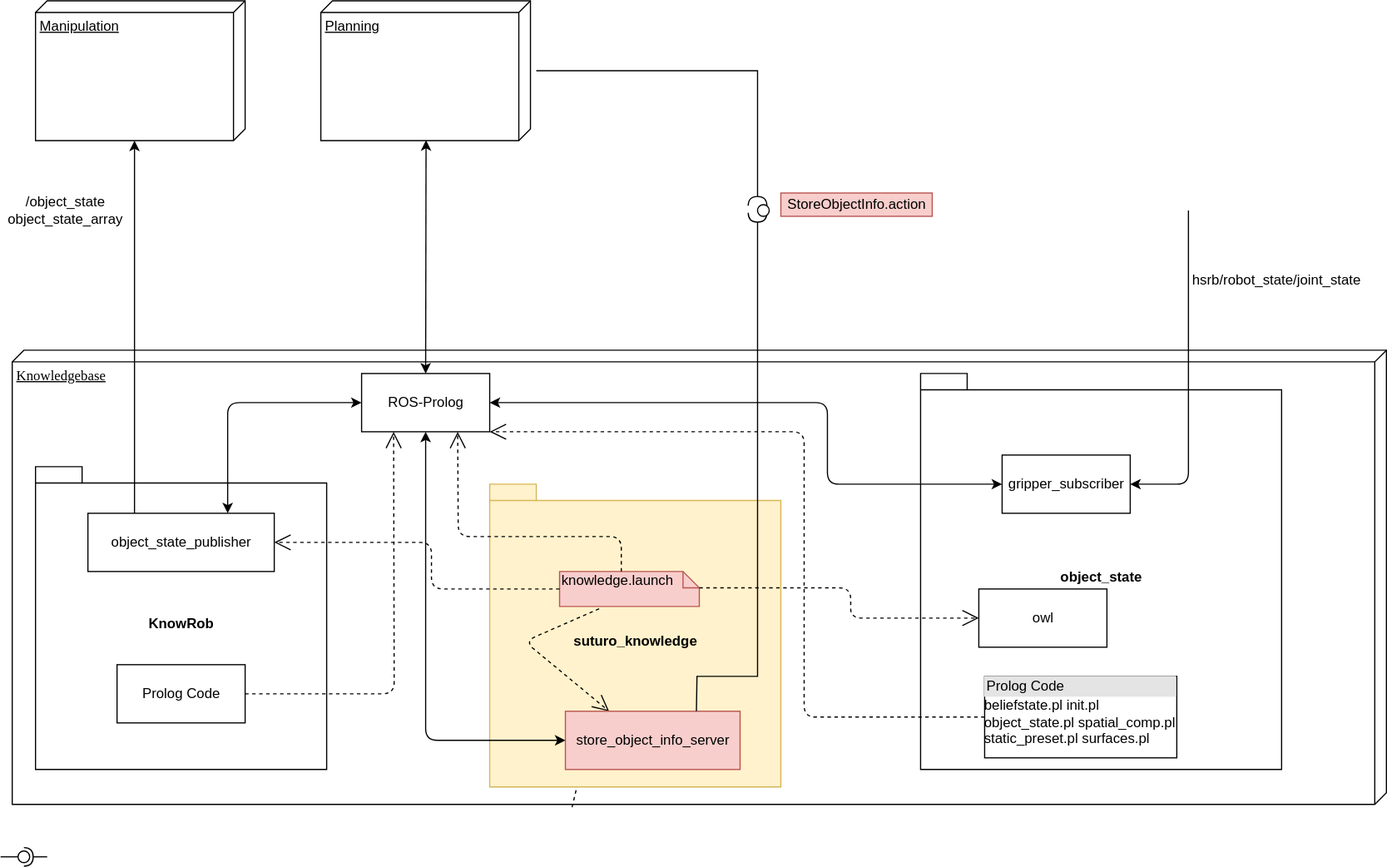
SUTURO/suturo_resources keeps this draw.io diagram as architecture/knowledge_architecture/knowledge.svg. Above is the earlier version. Source tidied: cells renumbered, new cells last; positions are measured from the earlier drawing's top-left corner, leaving out a move shared by most shapes.
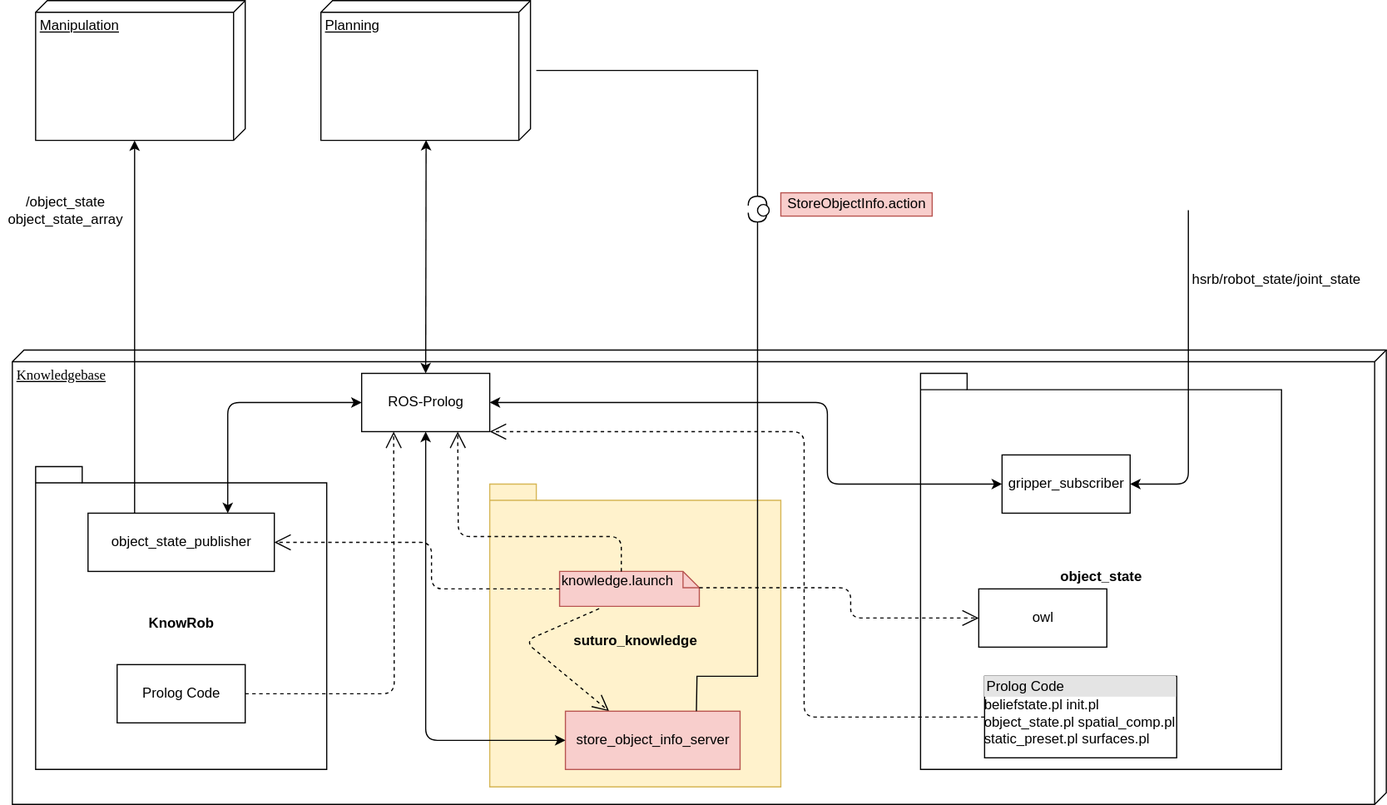
Above is the later version.

Commit message:
remove unused arrows

Diff of the diagram source:
```diff
@@ -5,14 +5,6 @@
     <mxCell id="2" value="Knowledgebase" style="verticalAlign=top;align=left;spacingTop=8;spacingLeft=2;spacingRight=12;shape=cube;size=10;direction=south;fontStyle=4;html=1;rounded=0;shadow=0;comic=0;labelBackgroundColor=none;strokeWidth=1;fontFamily=Verdana;fontSize=12;" parent="1" vertex="1">
       <mxGeometry x="10" y="300" width="1180" height="390" as="geometry" />
     </mxCell>
-    <mxCell id="3" style="endArrow=open;endSize=12;dashed=1;html=1;exitX=0.283;exitY=1.067;exitDx=0;exitDy=0;exitPerimeter=0;entryX=0.147;entryY=0;entryDx=0;entryDy=0;entryPerimeter=0;" parent="1" edge="1" source="4" target="16">
-      <mxGeometry x="0.27" y="39" relative="1" as="geometry">
-        <Array as="points">
-          <mxPoint x="543" y="470" />
-          <mxPoint x="490" y="570" />
-        </Array>
-      </mxGeometry>
-    </mxCell>
     <mxCell id="4" value="suturo_knowledge" style="shape=folder;fontStyle=1;spacingTop=10;tabWidth=40;tabHeight=14;tabPosition=left;html=1;fillColor=#fff2cc;strokeColor=#d6b656;" parent="1" vertex="1">
       <mxGeometry x="420" y="415" width="250" height="260" as="geometry" />
     </mxCell>
@@ -154,19 +146,6 @@
         </Array>
       </mxGeometry>
     </mxCell>
-    <mxCell id="32" style="rounded=0;jettySize=auto;html=1;endArrow=none;endFill=0;" parent="1" edge="1" target="34">
-      <mxGeometry relative="1" as="geometry">
-        <mxPoint y="735" as="sourcePoint" />
-      </mxGeometry>
-    </mxCell>
-    <mxCell id="33" style="rounded=0;jettySize=auto;html=1;endArrow=halfCircle;endFill=0;entryX=0.5;entryY=0.5;entryDx=0;entryDy=0;endSize=6;strokeWidth=1;" parent="1" edge="1" target="34">
-      <mxGeometry relative="1" as="geometry">
-        <mxPoint x="40" y="735" as="sourcePoint" />
-      </mxGeometry>
-    </mxCell>
-    <mxCell id="34" style="ellipse;whiteSpace=wrap;html=1;fontFamily=Helvetica;fontSize=12;fontColor=#000000;align=center;strokeColor=#000000;fillColor=#ffffff;points=[];" parent="1" vertex="1">
-      <mxGeometry x="15" y="730" width="10" height="10" as="geometry" />
-    </mxCell>
     <mxCell id="35" style="rounded=0;jettySize=auto;html=1;endArrow=halfCircle;endFill=0;entryX=0;entryY=0.1;entryDx=0;entryDy=0;endSize=6;strokeWidth=1;entryPerimeter=0;" parent="1" edge="1" target="36">
       <mxGeometry relative="1" as="geometry">
         <mxPoint x="460" y="60" as="sourcePoint" />
```
